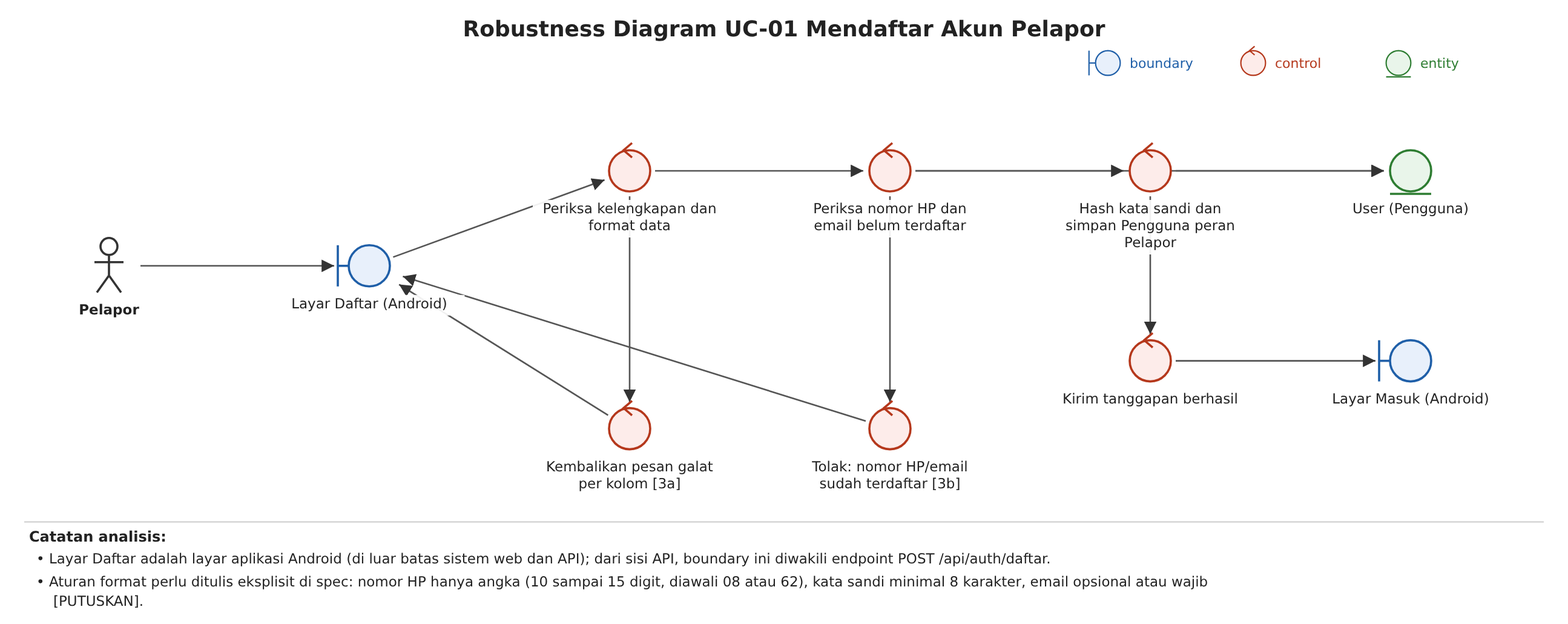
The PlantUML diagram specs/001-uc01-register-reporter/iconix/uc01-robustness.png in wirapatigilang/laporapi-api-web, before a commit. Its source is kept beside it as specs/001-uc01-register-reporter/iconix/uc01-robustness.puml. Its diagram source:
```plantuml
@startuml
left to right direction
title Robustness Diagram UC-01 Mendaftar Akun Pelapor
actor "Pelapor" as pel
boundary "Layar Daftar (Android)" as bDaftar
control "Periksa kelengkapan dan format data" as cFormat
control "Periksa nomor HP belum terdaftar" as cUnik
control "Hash kata sandi dan simpan Pengguna peran Pelapor" as cSimpan
control "Kirim tanggapan berhasil" as cOk
control "Kembalikan pesan galat per kolom [3a]" as cErrKolom
control "Tolak: nomor HP sudah terdaftar [3b]" as cErrAda
entity "User (Pengguna)" as ePengguna
boundary "Layar Masuk (Android)" as bMasuk
pel --> bDaftar
bDaftar --> cFormat
cFormat --> cUnik
cUnik --> ePengguna : cek
cUnik --> cSimpan
cSimpan --> ePengguna
cSimpan --> cOk
cOk --> bMasuk
cFormat --> cErrKolom
cErrKolom --> bDaftar
cUnik --> cErrAda
cErrAda --> bDaftar
@enduml
```
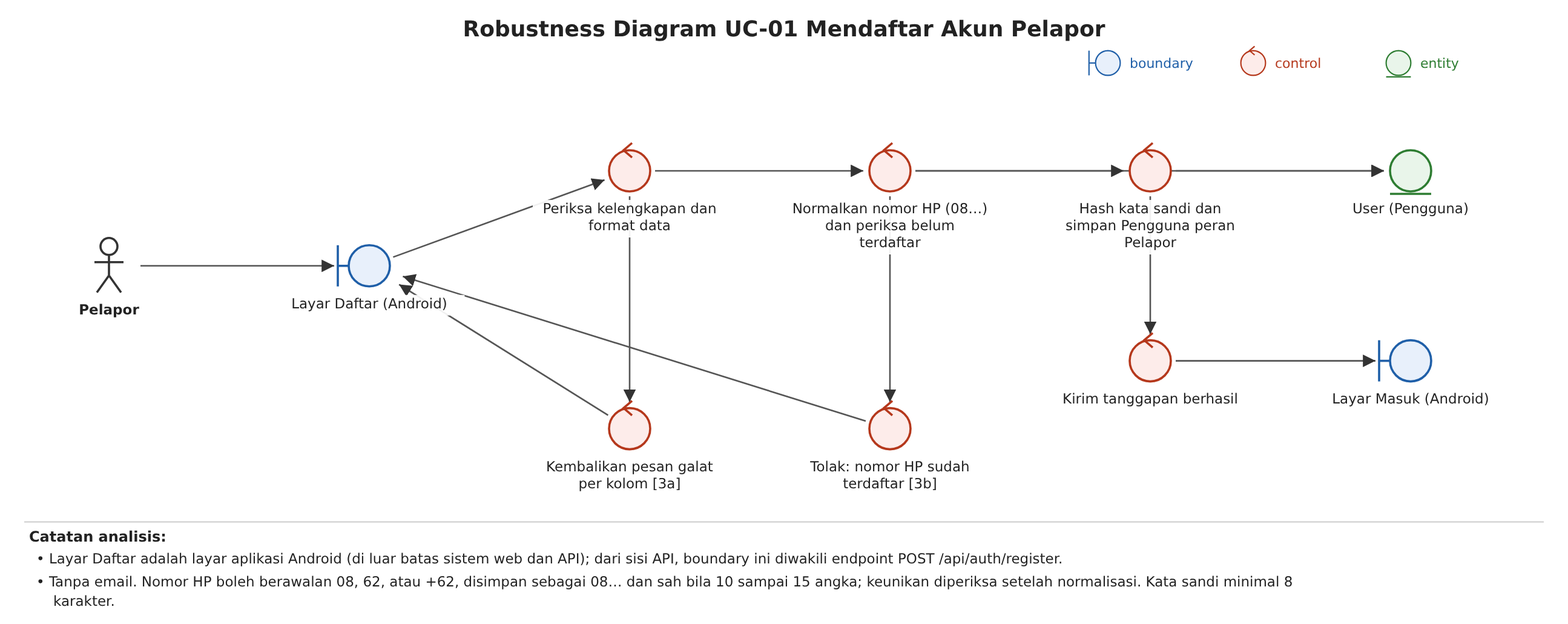
After the commit.

Commit message:
Diagram robustness dan sequence UC-01/UC-02 dirender ulang tanpa email

The edit, as a diff of the source:
```diff
@@ -4,7 +4,7 @@
 actor "Pelapor" as pel
 boundary "Layar Daftar (Android)" as bDaftar
 control "Periksa kelengkapan dan format data" as cFormat
-control "Periksa nomor HP belum terdaftar" as cUnik
+control "Normalkan nomor HP (08…) dan periksa belum terdaftar" as cUnik
 control "Hash kata sandi dan simpan Pengguna peran Pelapor" as cSimpan
 control "Kirim tanggapan berhasil" as cOk
 control "Kembalikan pesan galat per kolom [3a]" as cErrKolom
```
